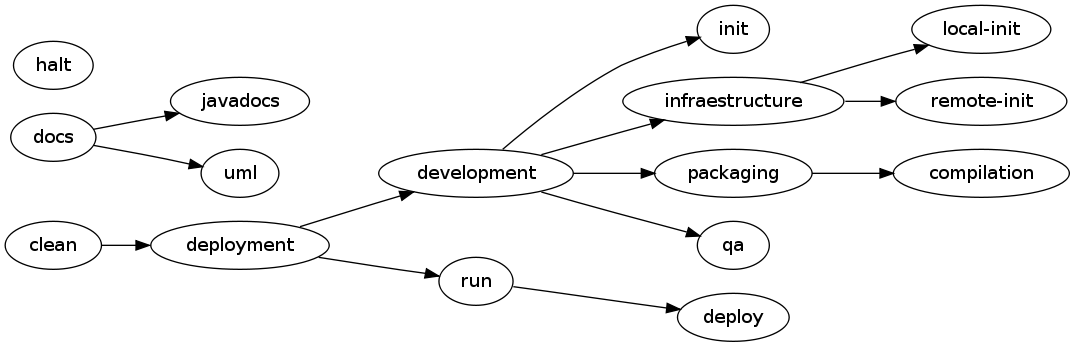
Before: docs/vizant/build.png, a diagram exported from Graphviz (jabrena/liverobots). Its source is kept beside it as docs/vizant/build.dot.
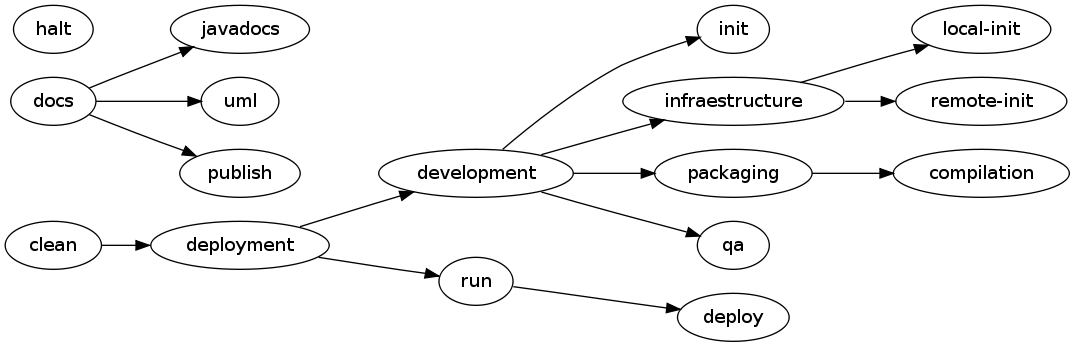
After the commit.

Diff of the diagram source:
```diff
@@ -17,8 +17,10 @@
     "docs";
     "docs" -> "javadocs";
     "docs" -> "uml";
+    "docs" -> "publish";
     "javadocs";
     "uml";
+    "publish";
     "qa";
     "deployment";
     "deployment" -> "development";
```
